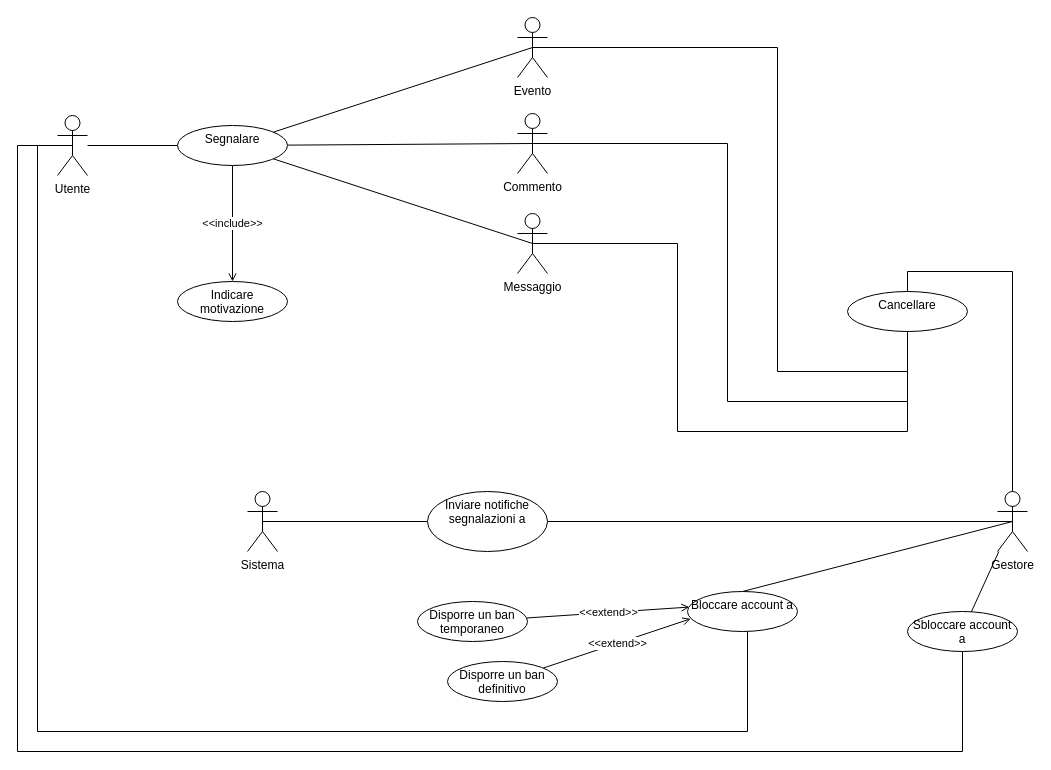
4spot-team/documentation keeps this draw.io diagram as UseCase/RF23_Segnalazione/Segnalazione.drawio. Above is the earlier version. Source tidied: cells renumbered, new cells numbered last; positions are measured from the earlier drawing's top-left corner, leaving out a move shared by most shapes. Both pictures are drawn from the tidied source at 100%, with x=0, y=0 at pixel (17, 17).
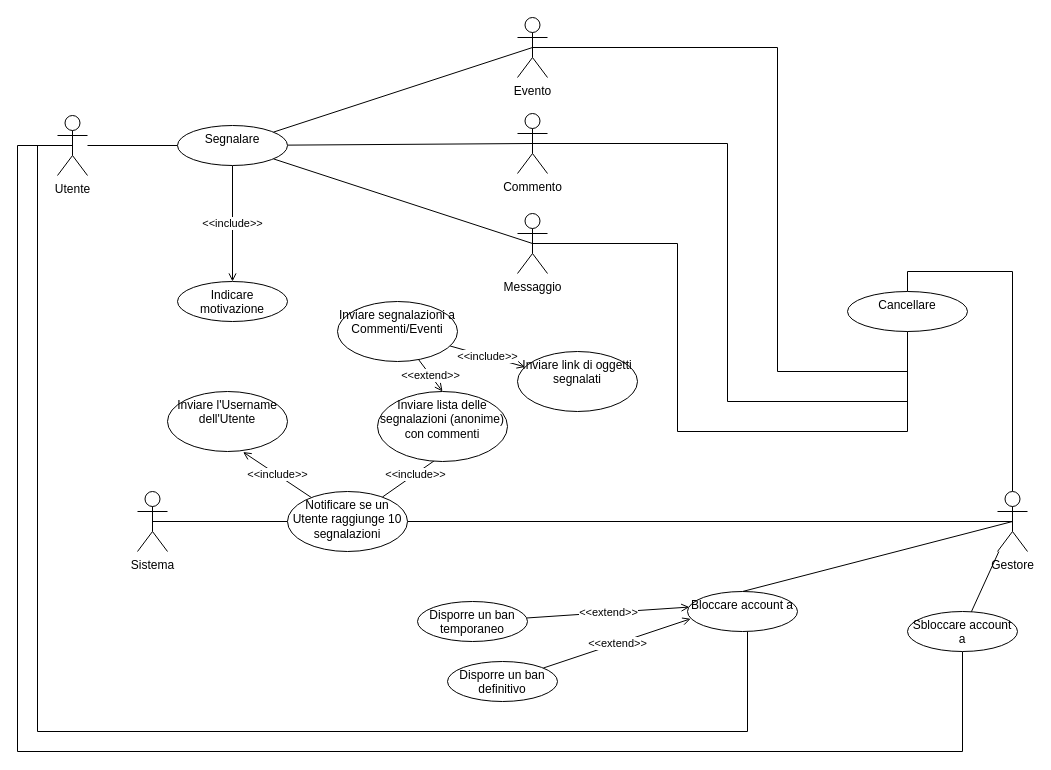
The same diagram, later.

Change to the diagram source:
```diff
@@
     <mxCell id="11" value="Sistema" style="shape=umlActor;verticalLabelPosition=bottom;verticalAlign=top;html=1;outlineConnect=0;" parent="1" vertex="1">
-      <mxGeometry x="230" y="474" width="30" height="60" as="geometry" />
+      <mxGeometry x="120" y="474" width="30" height="60" as="geometry" />
     </mxCell>
@@
+    <mxCell id="33" value="&amp;lt;&amp;lt;include&amp;gt;&amp;gt;" style="edgeStyle=none;rounded=0;jettySize=auto;html=1;entryX=0.63;entryY=1.009;entryDx=0;entryDy=0;entryPerimeter=0;endArrow=open;endFill=0;" parent="1" edge="1" source="13" target="35">
+      <mxGeometry relative="1" as="geometry" />
+    </mxCell>
+    <mxCell id="34" value="&amp;lt;&amp;lt;include&amp;gt;&amp;gt;" style="edgeStyle=none;rounded=0;jettySize=auto;html=1;endArrow=open;endFill=0;" parent="1" edge="1" source="13">
+      <mxGeometry relative="1" as="geometry">
+        <mxPoint x="430" y="434" as="targetPoint" />
+      </mxGeometry>
+    </mxCell>
-    <mxCell id="13" value="Inviare notifiche segnalazioni a" style="ellipse;whiteSpace=wrap;html=1;verticalAlign=top;" parent="1" vertex="1">
-      <mxGeometry x="410" y="474" width="120" height="60" as="geometry" />
+    <mxCell id="13" value="Notificare se un Utente raggiunge 10 segnalazioni" style="ellipse;whiteSpace=wrap;html=1;verticalAlign=top;" parent="1" vertex="1">
+      <mxGeometry x="270" y="474" width="120" height="60" as="geometry" />
     </mxCell>
@@
+    <mxCell id="35" value="Inviare l'Username dell'Utente" style="ellipse;whiteSpace=wrap;html=1;verticalAlign=top;" parent="1" vertex="1">
+      <mxGeometry x="150" y="374" width="120" height="60" as="geometry" />
+    </mxCell>
+    <mxCell id="36" value="Inviare lista delle segnalazioni (anonime) con commenti" style="ellipse;whiteSpace=wrap;html=1;verticalAlign=top;" parent="1" vertex="1">
+      <mxGeometry x="360" y="374" width="130" height="70" as="geometry" />
+    </mxCell>
+    <mxCell id="37" value="&amp;lt;&amp;lt;extend&amp;gt;&amp;gt;" style="edgeStyle=none;rounded=0;jettySize=auto;html=1;entryX=0.5;entryY=0;entryDx=0;entryDy=0;endArrow=open;endFill=0;" parent="1" edge="1" source="39" target="36">
+      <mxGeometry relative="1" as="geometry" />
+    </mxCell>
+    <mxCell id="38" value="&amp;lt;&amp;lt;include&amp;gt;&amp;gt;" style="edgeStyle=none;rounded=0;jettySize=auto;html=1;endArrow=open;endFill=0;" parent="1" edge="1" source="39" target="40">
+      <mxGeometry relative="1" as="geometry" />
+    </mxCell>
+    <mxCell id="39" value="Inviare segnalazioni a Commenti/Eventi" style="ellipse;whiteSpace=wrap;html=1;verticalAlign=top;" parent="1" vertex="1">
+      <mxGeometry x="320" y="284" width="120" height="60" as="geometry" />
+    </mxCell>
+    <mxCell id="40" value="Inviare link di oggetti segnalati" style="ellipse;whiteSpace=wrap;html=1;verticalAlign=top;" parent="1" vertex="1">
+      <mxGeometry x="500" y="334" width="120" height="60" as="geometry" />
+    </mxCell>
```
